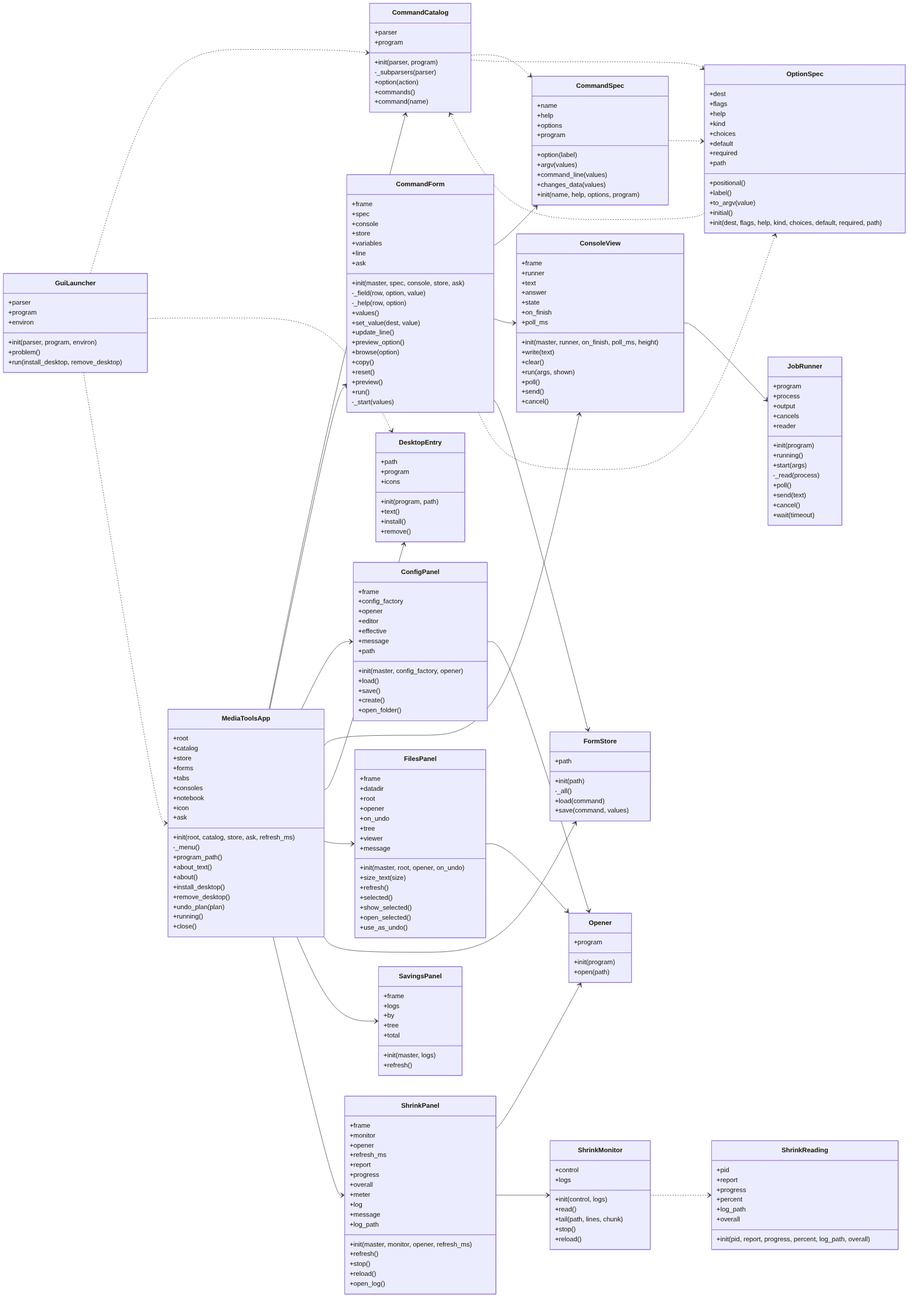
This is docs/img/uml_gui.png from peddanet/mediatools, a Mermaid export, as it was before one commit. Its source is kept beside it as docs/img/uml_gui.mmd.
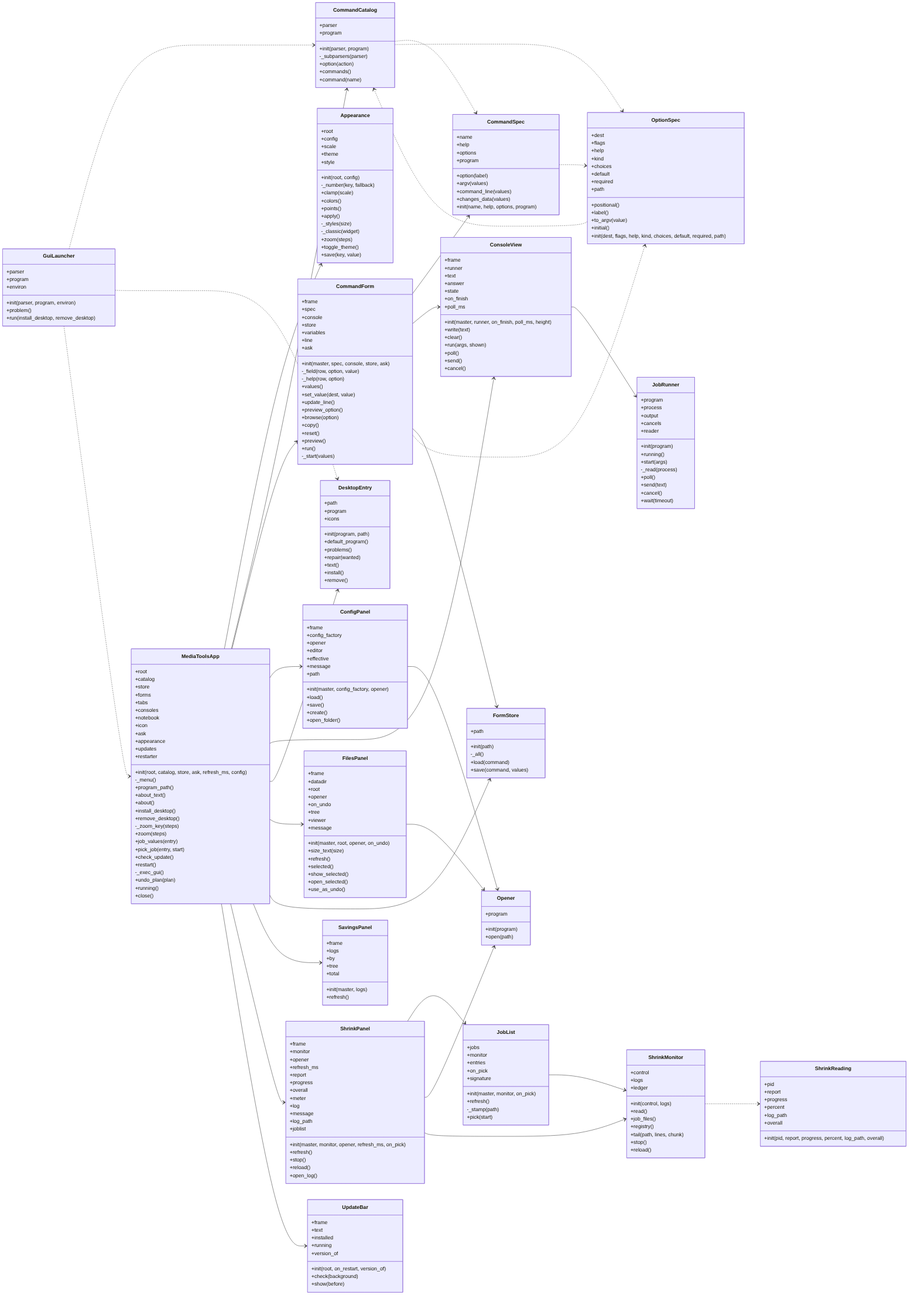
After the change.

What changed in the source:
```diff
@@ -10,16 +10,44 @@
     +notebook
     +icon
     +ask
-    +init(root, catalog, store, ask, refresh_ms)
+    +appearance
+    +updates
+    +restarter
+    +init(root, catalog, store, ask, refresh_ms, config)
     -_menu()
     +program_path()
     +about_text()
     +about()
     +install_desktop()
     +remove_desktop()
+    -_zoom_key(steps)
+    +zoom(steps)
+    +job_values(entry)
+    +pick_job(entry, start)
+    +check_update()
+    +restart()
+    -_exec_gui()
     +undo_plan(plan)
     +running()
     +close()
+  }
+  class Appearance {
+    +root
+    +config
+    +scale
+    +theme
+    +style
+    +init(root, config)
+    -_number(key, fallback)
+    +clamp(scale)
+    +colors()
+    +points()
+    +apply()
+    -_styles(size)
+    -_classic(widget)
+    +zoom(steps)
+    +toggle_theme()
+    +save(key, value)
   }
   class CommandCatalog {
     +parser
@@ -98,6 +126,9 @@
     +program
     +icons
     +init(program, path)
+    +default_program()
+    +problems()
+    +repair(wanted)
     +text()
     +install()
     +remove()
@@ -125,6 +156,17 @@
     -_all()
     +load(command)
     +save(command, values)
+  }
+  class JobList {
+    +jobs
+    +monitor
+    +entries
+    +on_pick
+    +signature
+    +init(master, monitor, on_pick)
+    +refresh()
+    -_stamp(path)
+    +pick(start)
   }
   class JobRunner {
     +program
@@ -181,8 +223,11 @@
   class ShrinkMonitor {
     +control
     +logs
+    +ledger
     +init(control, logs)
     +read()
+    +job_files()
+    +registry()
     +tail(path, lines, chunk)
     +stop()
     +reload()
@@ -199,7 +244,8 @@
     +log
     +message
     +log_path
-    +init(master, monitor, opener, refresh_ms)
+    +joblist
+    +init(master, monitor, opener, refresh_ms, on_pick)
     +refresh()
     +stop()
     +reload()
@@ -214,6 +260,17 @@
     +overall
     +init(pid, report, progress, percent, log_path, overall)
   }
+  class UpdateBar {
+    +frame
+    +text
+    +installed
+    +running
+    +version_of
+    +init(root, on_restart, version_of)
+    +check(background)
+    +show(before)
+  }
+  MediaToolsApp --> Appearance
   MediaToolsApp --> CommandCatalog
   MediaToolsApp --> CommandForm
   MediaToolsApp --> ConfigPanel
@@ -223,6 +280,7 @@
   MediaToolsApp --> FormStore
   MediaToolsApp --> SavingsPanel
   MediaToolsApp --> ShrinkPanel
+  MediaToolsApp --> UpdateBar
   CommandCatalog ..> CommandSpec
   CommandCatalog ..> OptionSpec
   CommandForm --> CommandSpec
@@ -233,10 +291,12 @@
   ConfigPanel --> Opener
   ConsoleView --> JobRunner
   FilesPanel --> Opener
+  JobList --> ShrinkMonitor
   GuiLauncher ..> CommandCatalog
   GuiLauncher ..> DesktopEntry
   GuiLauncher ..> MediaToolsApp
   OptionSpec ..> CommandCatalog
   ShrinkMonitor ..> ShrinkReading
+  ShrinkPanel --> JobList
   ShrinkPanel --> Opener
   ShrinkPanel --> ShrinkMonitor
```
